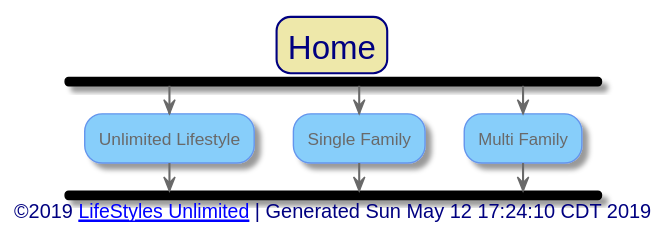
Before: out/src/index.svg, a diagram exported from PlantUML (toddmo/lifestylesunlimited).
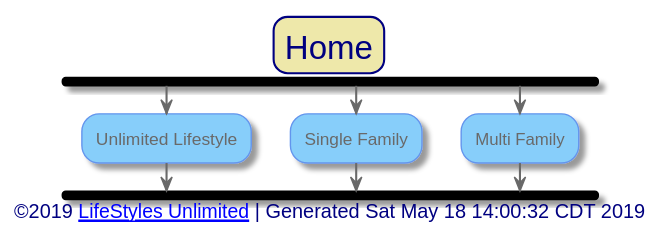
The same file after the commit.

Diff of the diagram source:
```diff
@@ -87,7 +87,7 @@
 
 
 left footer
-	<font size=14>©2019 [[http://www.lifestylesunlimited.com LifeStyles Unlimited]] | Generated Sun May 12 17:24:10 CDT 2019</font>
+	<font size=14>©2019 [[http://www.lifestylesunlimited.com LifeStyles Unlimited]] | Generated Sat May 18 14:00:32 CDT 2019</font>
 endfooter
 
 
```
